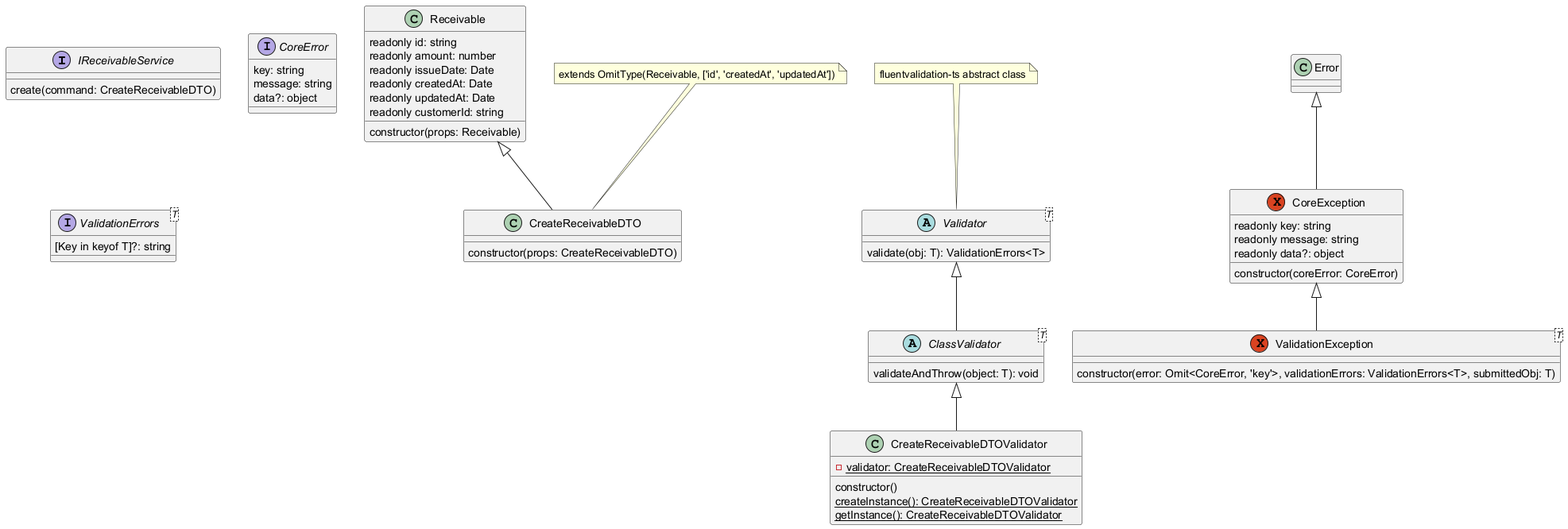
This is docs/ClassValidatorUML.png from giancarloCavalli/class-validation-ts, a PlantUML export, as it was before one commit. Source of this version:
```plantuml
@startuml "ClassValidatorUML"

interface IReceivableService {
  create(command: CreateReceivableDTO)
}

class Receivable {
  readonly id: string
  readonly amount: number
  readonly issueDate: Date
  readonly createdAt: Date
  readonly updatedAt: Date
  readonly customerId: string

  constructor(props: Receivable)
}

class CreateReceivableDTO extends Receivable {
  constructor(props: CreateReceivableDTO)
}

note top of CreateReceivableDTO : extends OmitType(Receivable, ['id', 'createdAt', 'updatedAt'])

abstract class Validator<T> {
  validate(obj: T): ValidationErrors<T>
}

note top of Validator : fluentvalidation-ts abstract class

abstract ClassValidator<T> extends Validator {
  validateAndThrow(object: T): void
}

class CreateReceivableDTOValidator extends ClassValidator {
  - {static} validator: CreateReceivableDTOValidator

  constructor()
  {static} createInstance(): CreateReceivableDTOValidator
  {static} getInstance(): CreateReceivableDTOValidator
}

exception CoreException extends Error {
  readonly key: string
  readonly message: string
  readonly data?: object

  constructor(coreError: CoreError)
}

interface CoreError {
  key: string
  message: string
  data?: object
}

interface ValidationErrors<T> {
  [Key in keyof T]?: string
}

exception ValidationException<T> extends CoreException {
  constructor(error: Omit<CoreError, 'key'>, validationErrors: ValidationErrors<T>, submittedObj: T)
}
@enduml
```
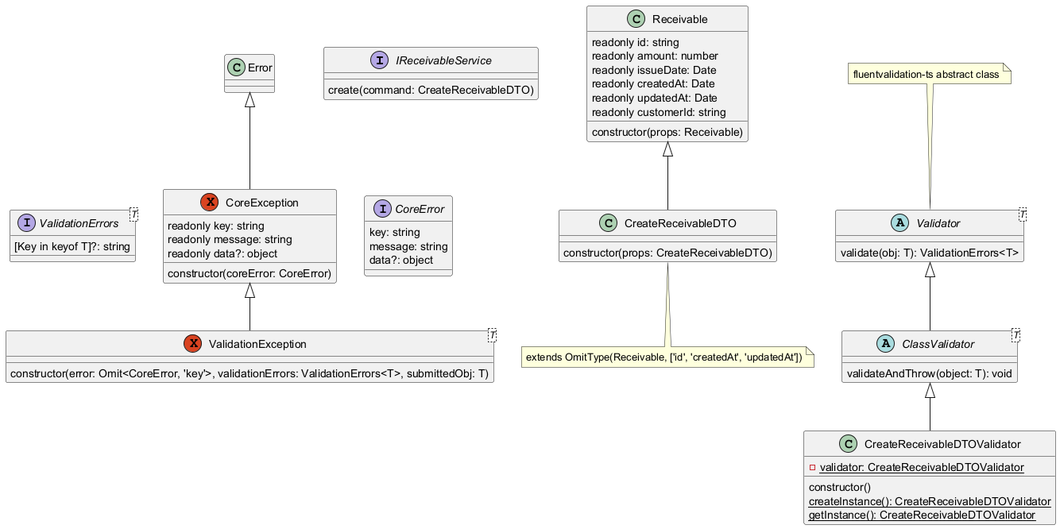
The same file after the commit.

Commit message:
docs: refactor puml class-validator-uml diagram layout

The edit, as a diff of the source:
```diff
@@ -19,7 +19,7 @@
   constructor(props: CreateReceivableDTO)
 }
 
-note top of CreateReceivableDTO : extends OmitType(Receivable, ['id', 'createdAt', 'updatedAt'])
+note bottom of CreateReceivableDTO : extends OmitType(Receivable, ['id', 'createdAt', 'updatedAt'])
 
 abstract class Validator<T> {
   validate(obj: T): ValidationErrors<T>
@@ -53,6 +53,10 @@
   data?: object
 }
 
+CoreException --[hidden]r> CoreError
+
+CoreException --[hidden]l> ValidationErrors
+
 interface ValidationErrors<T> {
   [Key in keyof T]?: string
 }
@@ -60,4 +64,6 @@
 exception ValidationException<T> extends CoreException {
   constructor(error: Omit<CoreError, 'key'>, validationErrors: ValidationErrors<T>, submittedObj: T)
 }
+
+
 @enduml
```
